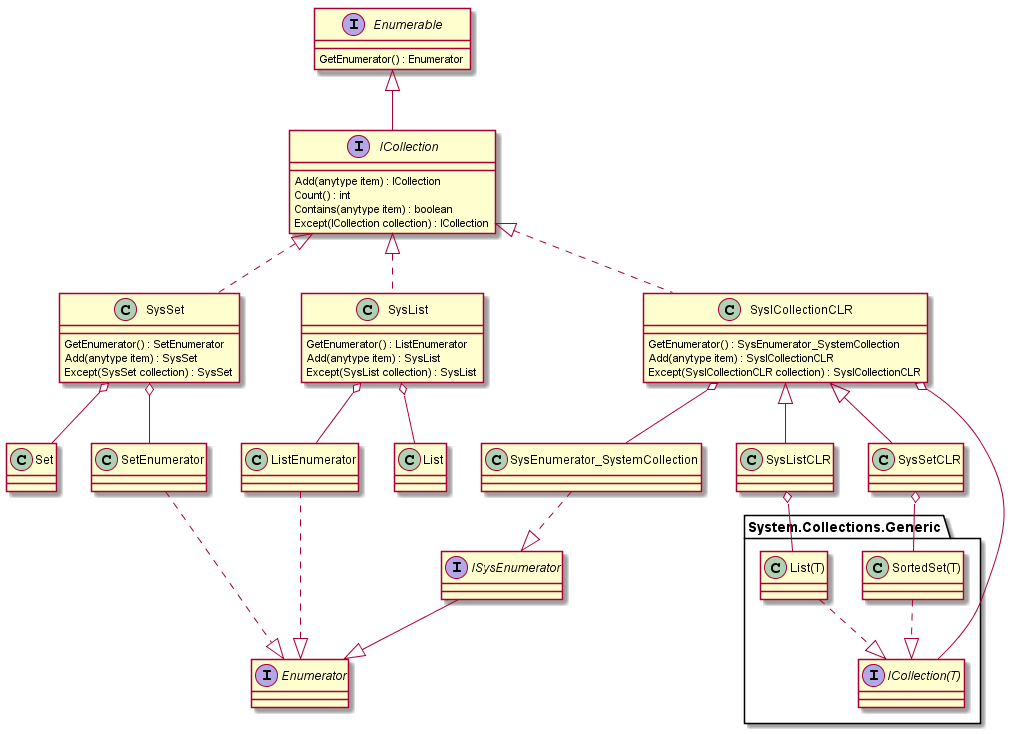
Above: out/schema/ICollection.png in d-tolstov/Ax2009-ICollection (PlantUML), before the change.
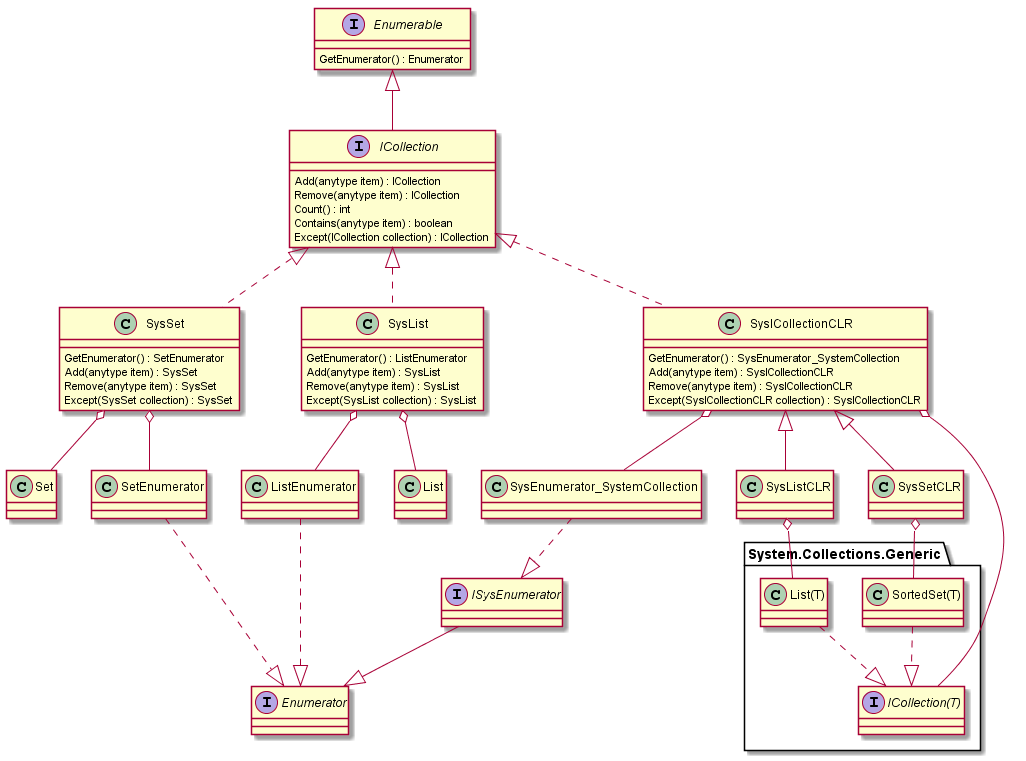
After the change.

The edit, as a diff of the source:
```diff
@@ -6,6 +6,7 @@
 
 interface ICollection{
     Add(anytype item) : ICollection
+    Remove(anytype item) : ICollection
     Count() : int
     Contains(anytype item) : boolean
     Except(ICollection collection) : ICollection
@@ -15,6 +16,7 @@
 class SysSet{
     GetEnumerator() : SetEnumerator
     Add(anytype item) : SysSet
+    Remove(anytype item) : SysSet
     Except(SysSet collection) : SysSet
 }
 ICollection <|.. SysSet
@@ -30,6 +32,7 @@
 class SysList{
     GetEnumerator() : ListEnumerator
     Add(anytype item) : SysList
+    Remove(anytype item) : SysList
     Except(SysList collection) : SysList
 }
 ICollection <|.. SysList
@@ -50,6 +53,7 @@
 class SysICollectionCLR{
     GetEnumerator() : SysEnumerator_SystemCollection
     Add(anytype item) : SysICollectionCLR
+    Remove(anytype item) : SysICollectionCLR
     Except(SysICollectionCLR collection) : SysICollectionCLR
 }
 ICollection <|.. SysICollectionCLR
```
